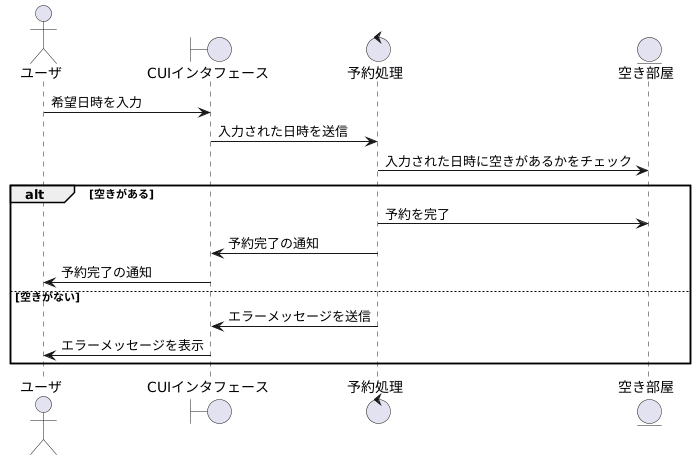
Itsunori/software_eng keeps this PlantUML diagram as out/system_analysis/communication/reservation.png. Above is the earlier version. Source of this version:
```plantuml
@startuml
actor ユーザ
boundary CUIインタフェース
control 予約処理
entity 空き部屋

ユーザ -> CUIインタフェース: 希望日時を入力
CUIインタフェース -> 予約処理: 入力された日時を送信
予約処理 -> 空き部屋: 入力された日時に空きがあるかをチェック
alt 空きがある
    予約処理 -> 空き部屋: 予約を完了
    予約処理 -> CUIインタフェース: 予約完了の通知
    CUIインタフェース -> ユーザ: 予約完了の通知
else 空きがない
    予約処理 -> CUIインタフェース: エラーメッセージを送信
    CUIインタフェース -> ユーザ: エラーメッセージを表示
end

@enduml
```
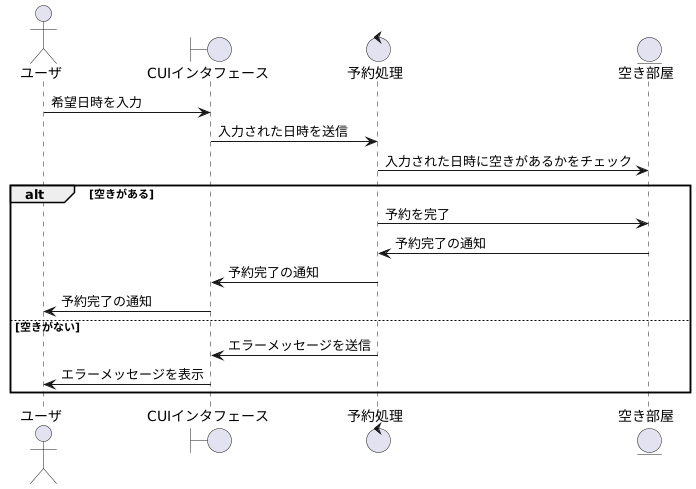
After the change.

The edit, as a diff of the source:
```diff
@@ -9,6 +9,7 @@
 予約処理 -> 空き部屋: 入力された日時に空きがあるかをチェック
 alt 空きがある
     予約処理 -> 空き部屋: 予約を完了
+    空き部屋 -> 予約処理: 予約完了の通知
     予約処理 -> CUIインタフェース: 予約完了の通知
     CUIインタフェース -> ユーザ: 予約完了の通知
 else 空きがない
```
